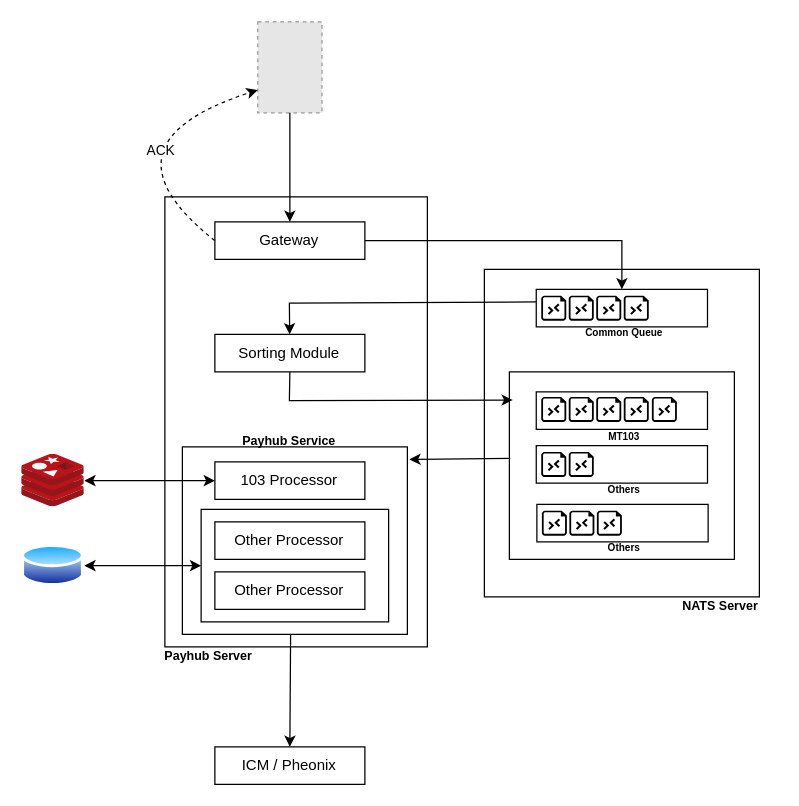
zakk616/avanza-UMLs keeps this draw.io diagram as page "Phase 1B" (5 of 6) of AspireMain.drawio. Above is the earlier version. Source tidied: cells renumbered, new cells numbered last; positions are measured from the earlier drawing's top-left corner, leaving out a move shared by most shapes. Both pictures are drawn from the tidied source at 125%, with x=0, y=0 at pixel (21, 21). Pictures stored in the file or linked from it are replaced by grey dashed boxes.
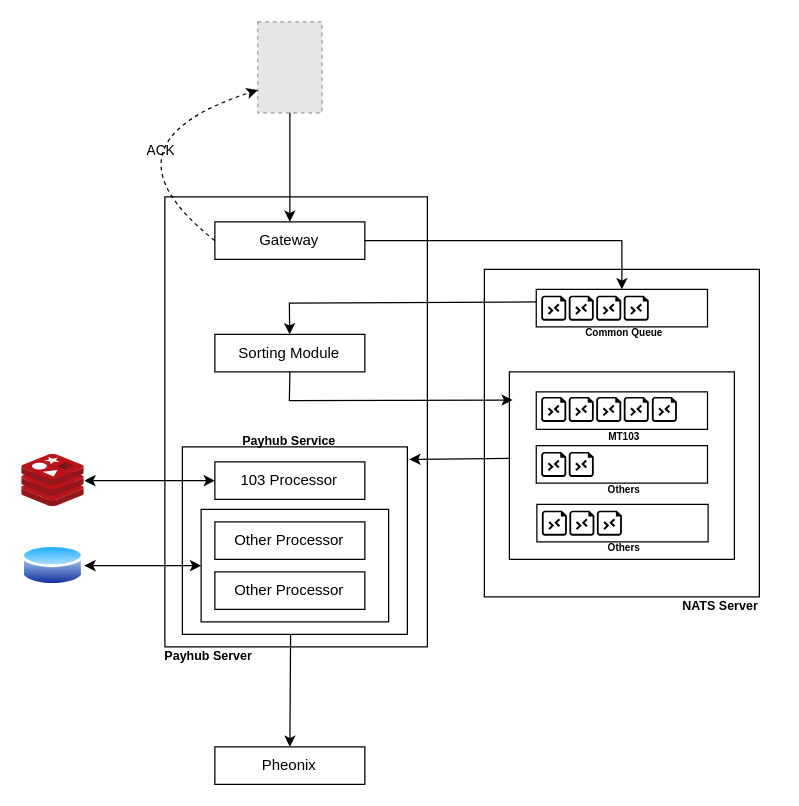
The same page after the edit.

The change refers to these unchanged cells:
```xml
<mxCell id="20" style="curved=1;endArrow=classic;html=1;rounded=0;exitX=0;exitY=0.5;exitDx=0;exitDy=0;entryX=0;entryY=0.75;entryDx=0;entryDy=0;dashed=1;" parent="1" edge="1" source="9" target="2">
  <mxGeometry relative="1" as="geometry">
    <Array as="points">
      <mxPoint x="56" y="97.3" />
    </Array>
  </mxGeometry>
</mxCell>
```

What changed in the source:
```diff
@@
-    <mxCell id="7" value="ICM / Pheonix" style="rounded=0;whiteSpace=wrap;html=1;" parent="1" vertex="1">
+    <mxCell id="7" value="Pheonix" style="rounded=0;whiteSpace=wrap;html=1;" parent="1" vertex="1">
       <mxGeometry x="154.4" y="580" width="120" height="30" as="geometry" />
     </mxCell>
@@
-    <mxCell id="21" value="ACK" style="edgeLabel;html=1;align=center;verticalAlign=middle;" parent="20" vertex="1">
+    <mxCell id="21" value="ACK" style="edgeLabel;html=1;align=center;verticalAlign=middle;labelBackgroundColor=none;" parent="20" vertex="1">
       <mxGeometry x="0.33" y="-22" relative="1" as="geometry" />
     </mxCell>
```
